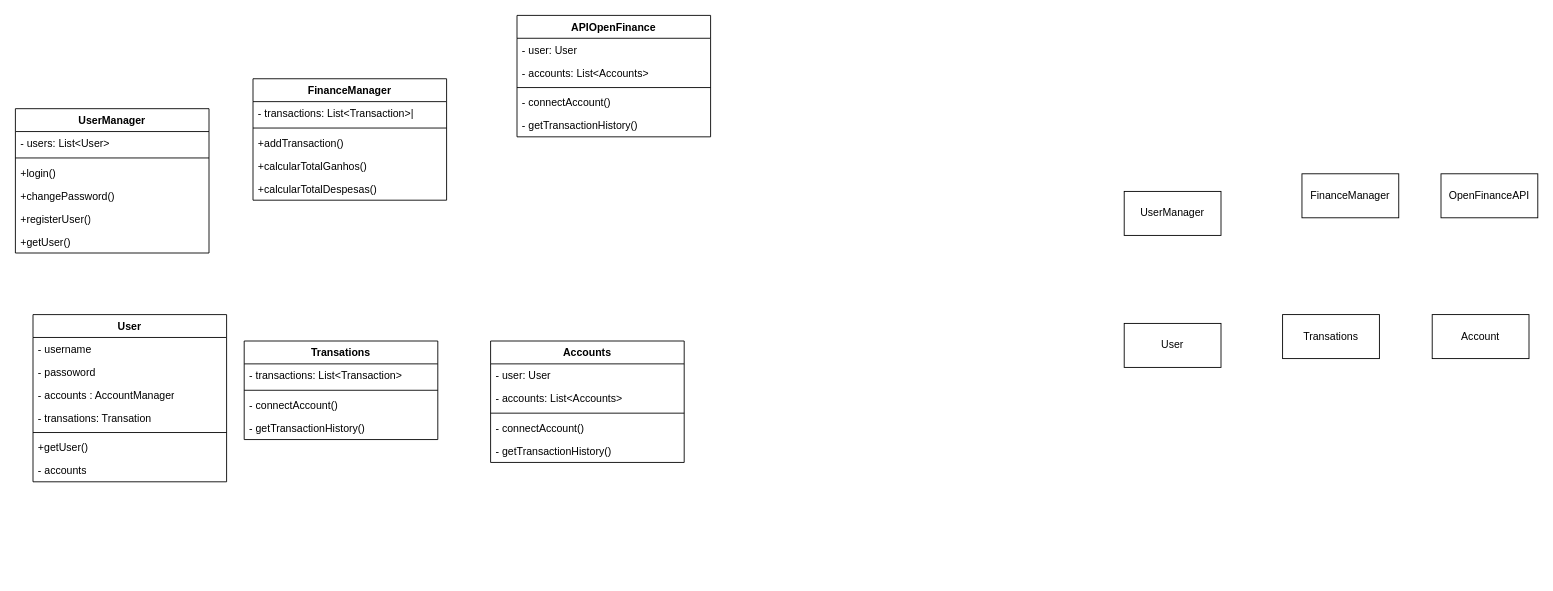
Above: fintracker_docs/DiagramaUML.drawio in ViniRodrigBarros/FinTracker (draw.io), before the change. Source tidied: cells renumbered, new cells numbered last; positions are measured from the earlier drawing's top-left corner, leaving out a move shared by most shapes. Both pictures are drawn from the tidied source at 88%, with x=0, y=0 at pixel (15, 15).
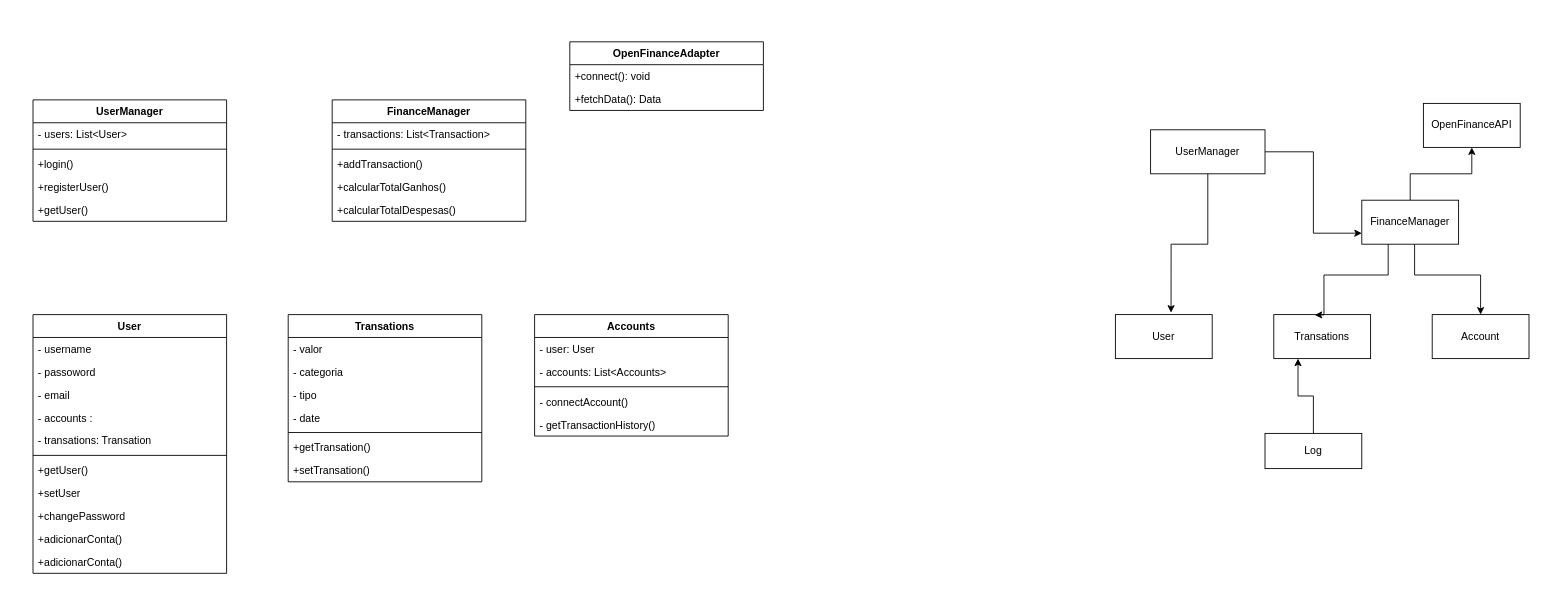
After the change.

Unchanged cells that the change refers to:
```xml
<mxCell id="5" value="Account" style="html=1;whiteSpace=wrap;" parent="1" vertex="1">
  <mxGeometry x="1610" y="340" width="110" height="50" as="geometry" />
</mxCell>
```

Diff of the diagram source:
```diff
@@
     <mxCell id="2" value="OpenFinanceAPI" style="html=1;whiteSpace=wrap;" parent="1" vertex="1">
-      <mxGeometry x="1620" y="180" width="110" height="50" as="geometry" />
+      <mxGeometry x="1600" y="100" width="110" height="50" as="geometry" />
     </mxCell>
     <mxCell id="3" value="User" style="html=1;whiteSpace=wrap;" parent="1" vertex="1">
-      <mxGeometry x="1260" y="350" width="110" height="50" as="geometry" />
+      <mxGeometry x="1250" y="340" width="110" height="50" as="geometry" />
     </mxCell>
     <mxCell id="4" value="Transations" style="html=1;whiteSpace=wrap;" parent="1" vertex="1">
-      <mxGeometry x="1440" y="340" width="110" height="50" as="geometry" />
+      <mxGeometry x="1430" y="340" width="110" height="50" as="geometry" />
     </mxCell>
@@
     <mxCell id="6" value="UserManager" style="swimlane;fontStyle=1;align=center;verticalAlign=top;horizontal=1;startSize=26;whiteSpace=wrap;html=1;" parent="1" vertex="1">
-      <mxGeometry y="106" width="220" height="164" as="geometry" />
+      <mxGeometry x="20" y="96" width="220" height="138" as="geometry" />
     </mxCell>
@@
-    <mxCell id="10" value="+changePassword()" style="text;strokeColor=none;fillColor=none;align=left;verticalAlign=top;spacingLeft=4;spacingRight=4;overflow=hidden;whiteSpace=wrap;html=1;" parent="6" vertex="1">
-      <mxGeometry y="86" width="220" height="26" as="geometry" />
-    </mxCell>
     <mxCell id="11" value="+registerUser()" style="text;strokeColor=none;fillColor=none;align=left;verticalAlign=top;spacingLeft=4;spacingRight=4;overflow=hidden;whiteSpace=wrap;html=1;" parent="6" vertex="1">
-      <mxGeometry y="112" width="220" height="26" as="geometry" />
+      <mxGeometry y="86" width="220" height="26" as="geometry" />
     </mxCell>
     <mxCell id="12" value="+getUser()" style="text;strokeColor=none;fillColor=none;align=left;verticalAlign=top;spacingLeft=4;spacingRight=4;overflow=hidden;whiteSpace=wrap;html=1;" parent="6" vertex="1">
-      <mxGeometry y="138" width="220" height="26" as="geometry" />
+      <mxGeometry y="112" width="220" height="26" as="geometry" />
     </mxCell>
     <mxCell id="13" value="FinanceManager" style="swimlane;fontStyle=1;align=center;verticalAlign=top;horizontal=1;startSize=26;whiteSpace=wrap;html=1;" parent="1" vertex="1">
-      <mxGeometry x="270" y="72" width="220" height="138" as="geometry" />
+      <mxGeometry x="360" y="96" width="220" height="138" as="geometry" />
     </mxCell>
-    <mxCell id="14" value="- transactions: List&amp;lt;Transaction&amp;gt;|" style="text;strokeColor=none;fillColor=none;align=left;verticalAlign=top;spacingLeft=4;spacingRight=4;overflow=hidden;whiteSpace=wrap;html=1;" parent="13" vertex="1">
+    <mxCell id="14" value="- transactions: List&amp;lt;Transaction&amp;gt;&lt;br&gt;" style="text;strokeColor=none;fillColor=none;align=left;verticalAlign=top;spacingLeft=4;spacingRight=4;overflow=hidden;whiteSpace=wrap;html=1;" parent="13" vertex="1">
       <mxGeometry y="26" width="220" height="26" as="geometry" />
     </mxCell>
@@
     <mxCell id="19" value="Accounts" style="swimlane;fontStyle=1;align=center;verticalAlign=top;horizontal=1;startSize=26;whiteSpace=wrap;html=1;" parent="1" vertex="1">
-      <mxGeometry x="540" y="370" width="220" height="138" as="geometry" />
+      <mxGeometry x="590" y="340" width="220" height="138" as="geometry" />
     </mxCell>
@@
     <mxCell id="25" value="User" style="swimlane;fontStyle=1;align=center;verticalAlign=top;horizontal=1;startSize=26;whiteSpace=wrap;html=1;" parent="1" vertex="1">
-      <mxGeometry x="20" y="340" width="220" height="190" as="geometry" />
+      <mxGeometry x="20" y="340" width="220" height="294" as="geometry" />
     </mxCell>
@@
+    <mxCell id="46" value="- email" style="text;strokeColor=none;fillColor=none;align=left;verticalAlign=top;spacingLeft=4;spacingRight=4;overflow=hidden;whiteSpace=wrap;html=1;" parent="25" vertex="1">
+      <mxGeometry y="78" width="220" height="26" as="geometry" />
+    </mxCell>
-    <mxCell id="28" value="- accounts : AccountManager" style="text;strokeColor=none;fillColor=none;align=left;verticalAlign=top;spacingLeft=4;spacingRight=4;overflow=hidden;whiteSpace=wrap;html=1;" parent="25" vertex="1">
-      <mxGeometry y="78" width="220" height="26" as="geometry" />
+    <mxCell id="28" value="- accounts :&amp;nbsp;" style="text;strokeColor=none;fillColor=none;align=left;verticalAlign=top;spacingLeft=4;spacingRight=4;overflow=hidden;whiteSpace=wrap;html=1;" parent="25" vertex="1">
+      <mxGeometry y="104" width="220" height="26" as="geometry" />
     </mxCell>
     <mxCell id="29" value="- transations: Transation" style="text;strokeColor=none;fillColor=none;align=left;verticalAlign=top;spacingLeft=4;spacingRight=4;overflow=hidden;whiteSpace=wrap;html=1;" parent="25" vertex="1">
-      <mxGeometry y="104" width="220" height="26" as="geometry" />
+      <mxGeometry y="130" width="220" height="26" as="geometry" />
     </mxCell>
     <mxCell id="30" style="line;strokeWidth=1;fillColor=none;align=left;verticalAlign=middle;spacingTop=-1;spacingLeft=3;spacingRight=3;labelPosition=right;strokeColor=inherit;" parent="25" vertex="1">
-      <mxGeometry y="130" width="220" height="8" as="geometry" />
+      <mxGeometry y="156" width="220" height="8" as="geometry" />
     </mxCell>
     <mxCell id="31" value="+getUser()" style="text;strokeColor=none;fillColor=none;align=left;verticalAlign=top;spacingLeft=4;spacingRight=4;overflow=hidden;whiteSpace=wrap;html=1;" parent="25" vertex="1">
-      <mxGeometry y="138" width="220" height="26" as="geometry" />
+      <mxGeometry y="164" width="220" height="26" as="geometry" />
     </mxCell>
-    <mxCell id="32" value="- accounts" style="text;strokeColor=none;fillColor=none;align=left;verticalAlign=top;spacingLeft=4;spacingRight=4;overflow=hidden;whiteSpace=wrap;html=1;" parent="25" vertex="1">
-      <mxGeometry y="164" width="220" height="26" as="geometry" />
+    <mxCell id="32" value="&lt;div&gt;+setUser&lt;/div&gt;" style="text;strokeColor=none;fillColor=none;align=left;verticalAlign=top;spacingLeft=4;spacingRight=4;overflow=hidden;whiteSpace=wrap;html=1;" parent="25" vertex="1">
+      <mxGeometry y="190" width="220" height="26" as="geometry" />
     </mxCell>
+    <mxCell id="47" value="+changePassword" style="text;strokeColor=none;fillColor=none;align=left;verticalAlign=top;spacingLeft=4;spacingRight=4;overflow=hidden;whiteSpace=wrap;html=1;" parent="25" vertex="1">
+      <mxGeometry y="216" width="220" height="26" as="geometry" />
+    </mxCell>
+    <mxCell id="48" value="+adicionarConta()" style="text;strokeColor=none;fillColor=none;align=left;verticalAlign=top;spacingLeft=4;spacingRight=4;overflow=hidden;whiteSpace=wrap;html=1;" parent="25" vertex="1">
+      <mxGeometry y="242" width="220" height="26" as="geometry" />
+    </mxCell>
+    <mxCell id="49" value="+adicionarConta()" style="text;strokeColor=none;fillColor=none;align=left;verticalAlign=top;spacingLeft=4;spacingRight=4;overflow=hidden;whiteSpace=wrap;html=1;" parent="25" vertex="1">
+      <mxGeometry y="268" width="220" height="26" as="geometry" />
+    </mxCell>
     <mxCell id="33" value="Transations" style="swimlane;fontStyle=1;align=center;verticalAlign=top;horizontal=1;startSize=26;whiteSpace=wrap;html=1;" parent="1" vertex="1">
-      <mxGeometry x="260" y="370" width="220" height="112" as="geometry" />
+      <mxGeometry x="310" y="340" width="220" height="190" as="geometry" />
     </mxCell>
-    <mxCell id="34" value="- transactions: List&amp;lt;Transaction&amp;gt;" style="text;strokeColor=none;fillColor=none;align=left;verticalAlign=top;spacingLeft=4;spacingRight=4;overflow=hidden;whiteSpace=wrap;html=1;" parent="33" vertex="1">
+    <mxCell id="34" value="- valor" style="text;strokeColor=none;fillColor=none;align=left;verticalAlign=top;spacingLeft=4;spacingRight=4;overflow=hidden;whiteSpace=wrap;html=1;" parent="33" vertex="1">
       <mxGeometry y="26" width="220" height="26" as="geometry" />
     </mxCell>
+    <mxCell id="50" value="- categoria" style="text;strokeColor=none;fillColor=none;align=left;verticalAlign=top;spacingLeft=4;spacingRight=4;overflow=hidden;whiteSpace=wrap;html=1;" parent="33" vertex="1">
+      <mxGeometry y="52" width="220" height="26" as="geometry" />
+    </mxCell>
+    <mxCell id="51" value="- tipo" style="text;strokeColor=none;fillColor=none;align=left;verticalAlign=top;spacingLeft=4;spacingRight=4;overflow=hidden;whiteSpace=wrap;html=1;" parent="33" vertex="1">
+      <mxGeometry y="78" width="220" height="26" as="geometry" />
+    </mxCell>
+    <mxCell id="52" value="- date" style="text;strokeColor=none;fillColor=none;align=left;verticalAlign=top;spacingLeft=4;spacingRight=4;overflow=hidden;whiteSpace=wrap;html=1;" parent="33" vertex="1">
+      <mxGeometry y="104" width="220" height="26" as="geometry" />
+    </mxCell>
     <mxCell id="35" style="line;strokeWidth=1;fillColor=none;align=left;verticalAlign=middle;spacingTop=-1;spacingLeft=3;spacingRight=3;labelPosition=right;strokeColor=inherit;" parent="33" vertex="1">
-      <mxGeometry y="52" width="220" height="8" as="geometry" />
+      <mxGeometry y="130" width="220" height="8" as="geometry" />
     </mxCell>
-    <mxCell id="36" value="- connectAccount()" style="text;strokeColor=none;fillColor=none;align=left;verticalAlign=top;spacingLeft=4;spacingRight=4;overflow=hidden;whiteSpace=wrap;html=1;" parent="33" vertex="1">
-      <mxGeometry y="60" width="220" height="26" as="geometry" />
+    <mxCell id="36" value="+getTransation()" style="text;strokeColor=none;fillColor=none;align=left;verticalAlign=top;spacingLeft=4;spacingRight=4;overflow=hidden;whiteSpace=wrap;html=1;" parent="33" vertex="1">
+      <mxGeometry y="138" width="220" height="26" as="geometry" />
     </mxCell>
-    <mxCell id="37" value="- getTransactionHistory()" style="text;strokeColor=none;fillColor=none;align=left;verticalAlign=top;spacingLeft=4;spacingRight=4;overflow=hidden;whiteSpace=wrap;html=1;" parent="33" vertex="1">
-      <mxGeometry y="86" width="220" height="26" as="geometry" />
+    <mxCell id="37" value="+setTransation()" style="text;strokeColor=none;fillColor=none;align=left;verticalAlign=top;spacingLeft=4;spacingRight=4;overflow=hidden;whiteSpace=wrap;html=1;" parent="33" vertex="1">
+      <mxGeometry y="164" width="220" height="26" as="geometry" />
     </mxCell>
-    <mxCell id="38" value="APIOpenFinance" style="swimlane;fontStyle=1;align=center;verticalAlign=top;horizontal=1;startSize=26;whiteSpace=wrap;html=1;" parent="1" vertex="1">
-      <mxGeometry x="570" width="220" height="138" as="geometry" />
-    </mxCell>
-    <mxCell id="39" value="- user: User" style="text;strokeColor=none;fillColor=none;align=left;verticalAlign=top;spacingLeft=4;spacingRight=4;overflow=hidden;whiteSpace=wrap;html=1;" parent="38" vertex="1">
-      <mxGeometry y="26" width="220" height="26" as="geometry" />
-    </mxCell>
-    <mxCell id="40" value="- accounts: List&amp;lt;Accounts&amp;gt;" style="text;strokeColor=none;fillColor=none;align=left;verticalAlign=top;spacingLeft=4;spacingRight=4;overflow=hidden;whiteSpace=wrap;html=1;" parent="38" vertex="1">
-      <mxGeometry y="52" width="220" height="26" as="geometry" />
-    </mxCell>
-    <mxCell id="41" style="line;strokeWidth=1;fillColor=none;align=left;verticalAlign=middle;spacingTop=-1;spacingLeft=3;spacingRight=3;labelPosition=right;strokeColor=inherit;" parent="38" vertex="1">
-      <mxGeometry y="78" width="220" height="8" as="geometry" />
-    </mxCell>
-    <mxCell id="42" value="- connectAccount()" style="text;strokeColor=none;fillColor=none;align=left;verticalAlign=top;spacingLeft=4;spacingRight=4;overflow=hidden;whiteSpace=wrap;html=1;" parent="38" vertex="1">
-      <mxGeometry y="86" width="220" height="26" as="geometry" />
-    </mxCell>
-    <mxCell id="43" value="- getTransactionHistory()" style="text;strokeColor=none;fillColor=none;align=left;verticalAlign=top;spacingLeft=4;spacingRight=4;overflow=hidden;whiteSpace=wrap;html=1;" parent="38" vertex="1">
-      <mxGeometry y="112" width="220" height="26" as="geometry" />
-    </mxCell>
+    <mxCell id="53" style="edgeStyle=orthogonalEdgeStyle;rounded=0;jettySize=auto;html=1;" parent="1" edge="1" source="44" target="2">
+      <mxGeometry relative="1" as="geometry" />
+    </mxCell>
+    <mxCell id="54" style="edgeStyle=orthogonalEdgeStyle;rounded=0;jettySize=auto;html=1;" parent="1" edge="1" source="44" target="5">
+      <mxGeometry relative="1" as="geometry">
+        <Array as="points">
+          <mxPoint x="1590" y="295" />
+          <mxPoint x="1665" y="295" />
+        </Array>
+      </mxGeometry>
+    </mxCell>
     <mxCell id="44" value="FinanceManager" style="html=1;whiteSpace=wrap;" parent="1" vertex="1">
-      <mxGeometry x="1462" y="180" width="110" height="50" as="geometry" />
+      <mxGeometry x="1530" y="210" width="110" height="50" as="geometry" />
     </mxCell>
+    <mxCell id="55" style="edgeStyle=orthogonalEdgeStyle;rounded=0;jettySize=auto;html=1;entryX=0;entryY=0.75;entryDx=0;entryDy=0;" parent="1" edge="1" source="45" target="44">
+      <mxGeometry relative="1" as="geometry" />
+    </mxCell>
     <mxCell id="45" value="UserManager" style="html=1;whiteSpace=wrap;" parent="1" vertex="1">
-      <mxGeometry x="1260" y="200" width="110" height="50" as="geometry" />
+      <mxGeometry x="1290" y="130" width="130" height="50" as="geometry" />
     </mxCell>
+    <mxCell id="56" style="edgeStyle=orthogonalEdgeStyle;rounded=0;jettySize=auto;html=1;entryX=0.575;entryY=-0.044;entryDx=0;entryDy=0;entryPerimeter=0;" parent="1" edge="1" source="45" target="3">
+      <mxGeometry relative="1" as="geometry" />
+    </mxCell>
+    <mxCell id="57" style="edgeStyle=orthogonalEdgeStyle;rounded=0;jettySize=auto;html=1;entryX=0.423;entryY=0.008;entryDx=0;entryDy=0;entryPerimeter=0;" parent="1" edge="1" source="44" target="4">
+      <mxGeometry relative="1" as="geometry">
+        <Array as="points">
+          <mxPoint x="1560" y="295" />
+          <mxPoint x="1487" y="295" />
+        </Array>
+      </mxGeometry>
+    </mxCell>
+    <mxCell id="58" style="edgeStyle=orthogonalEdgeStyle;rounded=0;jettySize=auto;html=1;entryX=0.25;entryY=1;entryDx=0;entryDy=0;" parent="1" edge="1" source="59" target="4">
+      <mxGeometry relative="1" as="geometry" />
+    </mxCell>
+    <mxCell id="59" value="Log" style="html=1;whiteSpace=wrap;" parent="1" vertex="1">
+      <mxGeometry x="1420" y="475" width="110" height="40" as="geometry" />
+    </mxCell>
+    <mxCell id="60" value="OpenFinanceAdapter    " style="swimlane;fontStyle=1;align=center;verticalAlign=top;horizontal=1;startSize=26;whiteSpace=wrap;html=1;" parent="1" vertex="1">
+      <mxGeometry x="630" y="30" width="220" height="78" as="geometry" />
+    </mxCell>
+    <mxCell id="61" value="+connect(): void " style="text;strokeColor=none;fillColor=none;align=left;verticalAlign=top;spacingLeft=4;spacingRight=4;overflow=hidden;whiteSpace=wrap;html=1;" parent="60" vertex="1">
+      <mxGeometry y="26" width="220" height="26" as="geometry" />
+    </mxCell>
+    <mxCell id="62" value="+fetchData(): Data  " style="text;strokeColor=none;fillColor=none;align=left;verticalAlign=top;spacingLeft=4;spacingRight=4;overflow=hidden;whiteSpace=wrap;html=1;" parent="60" vertex="1">
+      <mxGeometry y="52" width="220" height="26" as="geometry" />
+    </mxCell>
```
